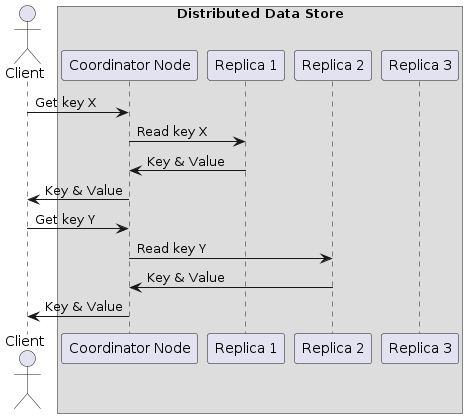
Before: diagrams/sequence2.png, a diagram exported from PlantUML (EliriaT/distributed-store). Its diagram source:
```plantuml
@startuml
actor Client as C
box "Distributed Data Store"
participant "Coordinator Node" as CN
participant "Replica 1" as N1
participant "Replica 2" as N2
participant "Replica 3" as N3
end box


C -> CN : Get key X
CN -> N1 : Read key X
N1 -> CN : Key & Value
CN -> C : Key & Value


C -> CN : Get key Y
CN -> N2 : Read key Y
N2 -> CN : Key & Value
CN -> C : Key & Value
@enduml
```
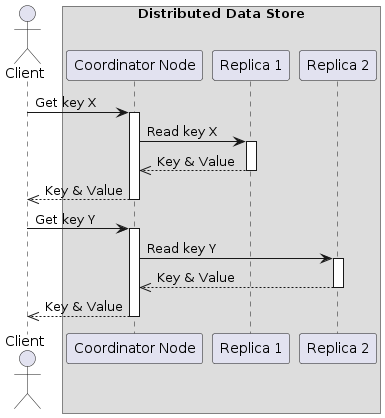
After the commit.

What changed in the source:
```diff
@@ -4,18 +4,24 @@
 participant "Coordinator Node" as CN
 participant "Replica 1" as N1
 participant "Replica 2" as N2
-participant "Replica 3" as N3
 end box
 
 
 C -> CN : Get key X
+activate CN
 CN -> N1 : Read key X
-N1 -> CN : Key & Value
-CN -> C : Key & Value
-
+activate N1
+N1 -->> CN : Key & Value
+deactivate N1
+CN -->> C : Key & Value
+deactivate CN
 
 C -> CN : Get key Y
+activate CN
 CN -> N2 : Read key Y
-N2 -> CN : Key & Value
-CN -> C : Key & Value
+activate N2
+N2 -->> CN : Key & Value
+deactivate N2
+CN -->> C : Key & Value
+deactivate CN
 @enduml
```
